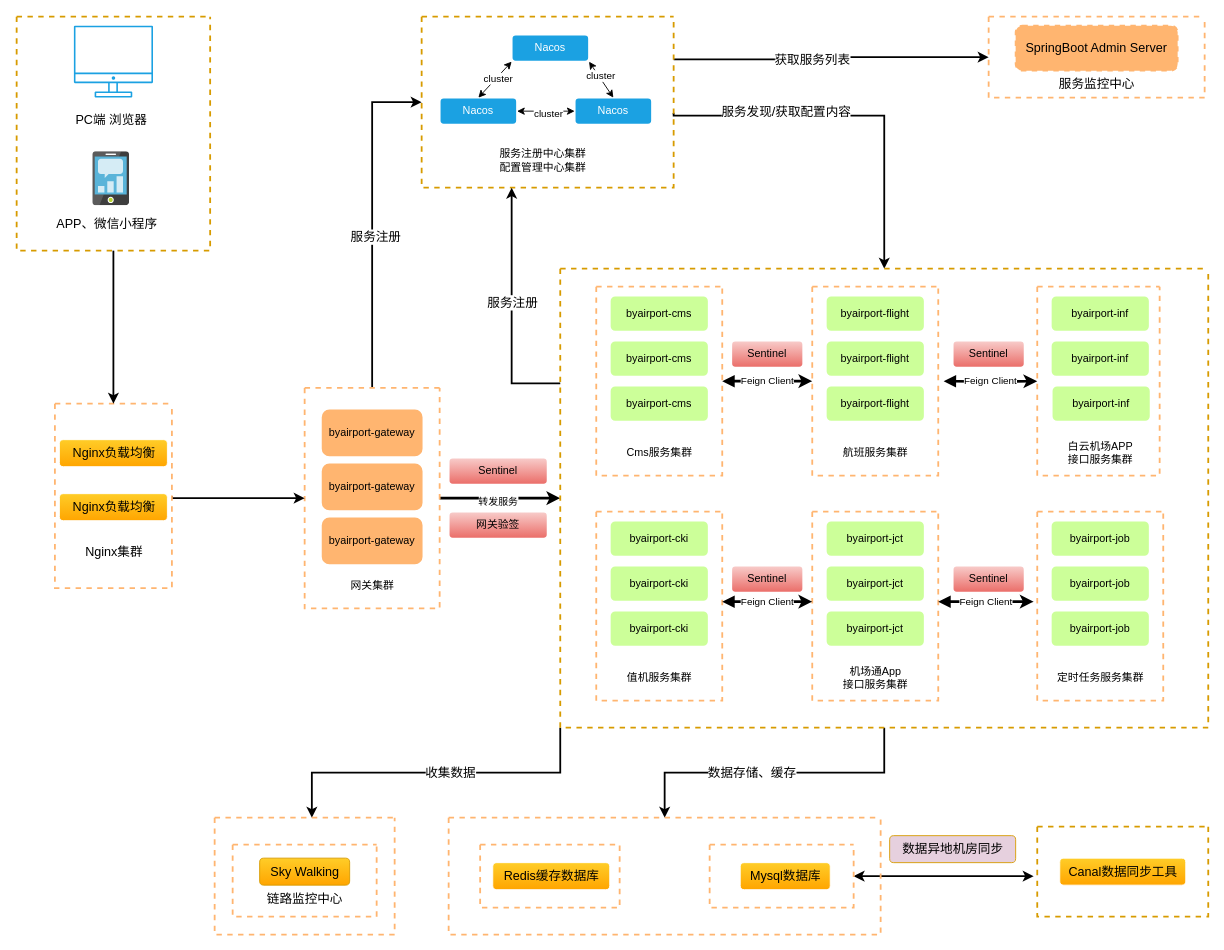
Before: 门户微服务.drawio in lizhenjun0418/docker-file, a draw.io diagram. Source tidied: cells renumbered, new cells numbered last; positions are measured from the earlier drawing's top-left corner, leaving out a move shared by most shapes. Both pictures are drawn from the tidied source at 90%, with x=0, y=0 at pixel (16, 16).
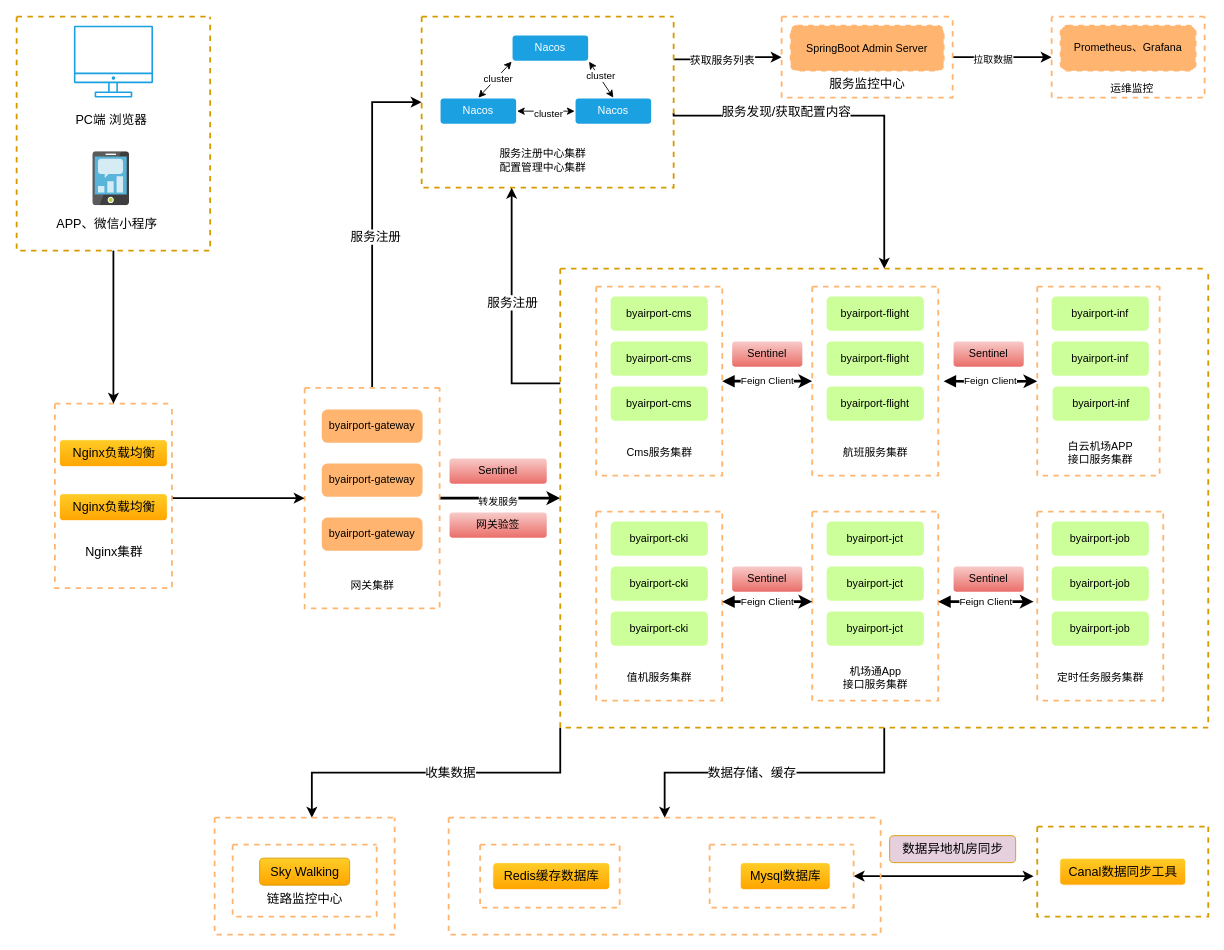
Above is the later version.

Commit message (it also covers changes not shown here):
更新门户微服务.drawio

Unchanged cells that the change refers to:
```xml
<mxCell id="4" style="edgeStyle=orthogonalEdgeStyle;rounded=0;jettySize=auto;html=1;exitX=1;exitY=0.25;exitDx=0;exitDy=0;fontSize=14;startArrow=none;startFill=0;endArrow=classic;endFill=1;strokeWidth=2;entryX=0;entryY=0.5;entryDx=0;entryDy=0;" parent="1" edge="1" source="6" target="81">
  <mxGeometry relative="1" as="geometry" />
</mxCell>
<mxCell id="21" style="swimlane;startSize=0;strokeColor=#FFB570;strokeWidth=2;dashed=1;" parent="1" vertex="1">
  <mxGeometry x="320" y="412.5" width="150" height="245" as="geometry" />
</mxCell>
```

Diff of the diagram source:
```diff
@@
-    <mxCell id="5" value="获取服务列表" style="edgeLabel;html=1;align=center;verticalAlign=middle;fontSize=14;" parent="4" vertex="1">
+    <mxCell id="5" value="&lt;font style=&quot;font-size: 12px;&quot;&gt;获取服务列表&lt;/font&gt;" style="edgeLabel;html=1;align=center;verticalAlign=middle;fontSize=14;" parent="4" vertex="1">
       <mxGeometry x="-0.13" y="1" relative="1" as="geometry">
         <mxPoint y="1" as="offset" />
       </mxGeometry>
     </mxCell>
@@
     <mxCell id="22" value="byairport-gateway" style="rounded=1;whiteSpace=wrap;html=1;strokeColor=#FFB570;strokeWidth=2;fillColor=#FFB570;" parent="21" vertex="1">
-      <mxGeometry x="20" y="25" width="110" height="50" as="geometry" />
+      <mxGeometry x="20" y="25" width="110" height="35" as="geometry" />
     </mxCell>
     <mxCell id="23" value="byairport-gateway" style="rounded=1;whiteSpace=wrap;html=1;strokeColor=#FFB570;strokeWidth=2;fillColor=#FFB570;" parent="21" vertex="1">
-      <mxGeometry x="20" y="85" width="110" height="50" as="geometry" />
+      <mxGeometry x="20" y="85" width="110" height="35" as="geometry" />
     </mxCell>
     <mxCell id="24" value="byairport-gateway" style="rounded=1;whiteSpace=wrap;html=1;strokeColor=#FFB570;strokeWidth=2;fillColor=#FFB570;" parent="21" vertex="1">
-      <mxGeometry x="20" y="145" width="110" height="50" as="geometry" />
+      <mxGeometry x="20" y="145" width="110" height="35" as="geometry" />
     </mxCell>
@@
+    <mxCell id="100" style="edgeStyle=orthogonalEdgeStyle;rounded=0;jettySize=auto;html=1;exitX=1;exitY=0.5;exitDx=0;exitDy=0;entryX=0;entryY=0.5;entryDx=0;entryDy=0;strokeWidth=2;" parent="1" edge="1" source="81" target="102">
+      <mxGeometry relative="1" as="geometry" />
+    </mxCell>
+    <mxCell id="101" value="拉取数据" style="edgeLabel;html=1;align=center;verticalAlign=middle;" parent="100" vertex="1">
+      <mxGeometry x="-0.2" y="-2" relative="1" as="geometry" />
+    </mxCell>
     <mxCell id="81" style="swimlane;startSize=0;dashed=1;fontSize=14;strokeColor=#FFB570;strokeWidth=2;fillColor=#FFB570;gradientColor=default;" parent="1" vertex="1">
-      <mxGeometry x="1080" width="240" height="90" as="geometry" />
+      <mxGeometry x="850" width="190" height="90" as="geometry" />
     </mxCell>
-    <mxCell id="82" value="SpringBoot Admin Server" style="whiteSpace=wrap;html=1;dashed=1;fontSize=14;strokeColor=#FFB570;strokeWidth=2;fillColor=#FFB570;gradientColor=none;rounded=1;" parent="81" vertex="1">
-      <mxGeometry x="30" y="10" width="180" height="50" as="geometry" />
+    <mxCell id="82" value="&lt;font style=&quot;font-size: 12px;&quot;&gt;SpringBoot Admin Server&lt;/font&gt;" style="whiteSpace=wrap;html=1;dashed=1;fontSize=14;strokeColor=#FFB570;strokeWidth=2;fillColor=#FFB570;gradientColor=none;rounded=1;" parent="81" vertex="1">
+      <mxGeometry x="10" y="10" width="170" height="50" as="geometry" />
     </mxCell>
     <mxCell id="83" value="服务监控中心" style="text;html=1;align=center;verticalAlign=middle;strokeColor=none;fillColor=none;fontSize=14;" parent="81" vertex="1">
-      <mxGeometry x="65" y="60" width="110" height="30" as="geometry" />
+      <mxGeometry x="40" y="60" width="110" height="30" as="geometry" />
     </mxCell>
@@
+    <mxCell id="102" style="swimlane;startSize=0;rounded=1;fillColor=#FFB570;gradientColor=none;dashed=1;strokeColor=#FFB570;strokeWidth=2;" parent="1" vertex="1">
+      <mxGeometry x="1150" width="170" height="90" as="geometry" />
+    </mxCell>
+    <mxCell id="103" value="Prometheus、Grafana" style="whiteSpace=wrap;html=1;rounded=1;dashed=1;strokeColor=#FFB570;strokeWidth=2;fillColor=#FFB570;gradientColor=none;" parent="102" vertex="1">
+      <mxGeometry x="10" y="10" width="150" height="50" as="geometry" />
+    </mxCell>
+    <mxCell id="104" value="运维监控" style="text;html=1;align=center;verticalAlign=middle;strokeColor=none;fillColor=none;" parent="102" vertex="1">
+      <mxGeometry x="54" y="65" width="70" height="30" as="geometry" />
+    </mxCell>
```
